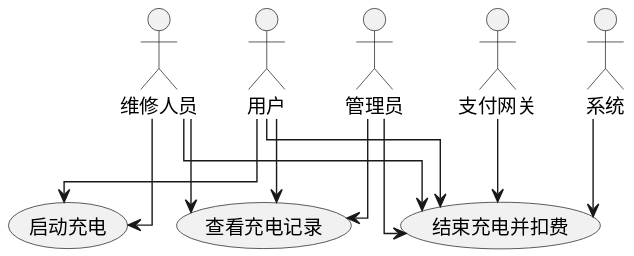
Above: usecase/docs/backend/img/charging_flow.svg in greenhandzdl/charging-station-doc (PlantUML), before the change.
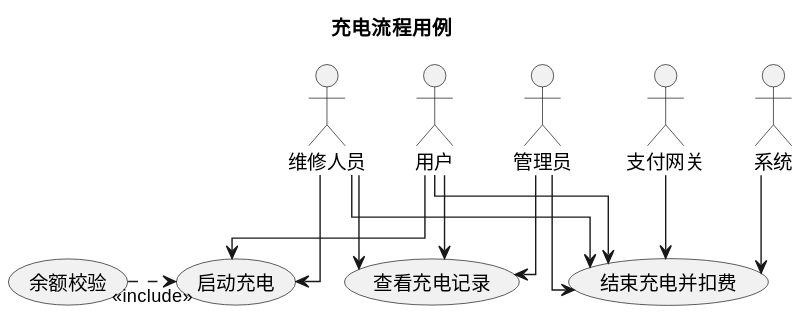
The same diagram one commit later.

What changed in the source:
```diff
@@ -1,4 +1,5 @@
 @startuml
+title 充电流程用例
 skinparam linetype ortho
 
 actor "用户" as U
@@ -8,6 +9,7 @@
 actor "支付网关" as P
 
 (启动充电)
+(余额校验)
 (结束充电并扣费)
 (查看充电记录)
 
@@ -21,4 +23,6 @@
 A --> 查看充电记录
 S --> 结束充电并扣费
 P --> 结束充电并扣费
+
+启动充电 <.left. 余额校验 : <<include>>
 @enduml
```
